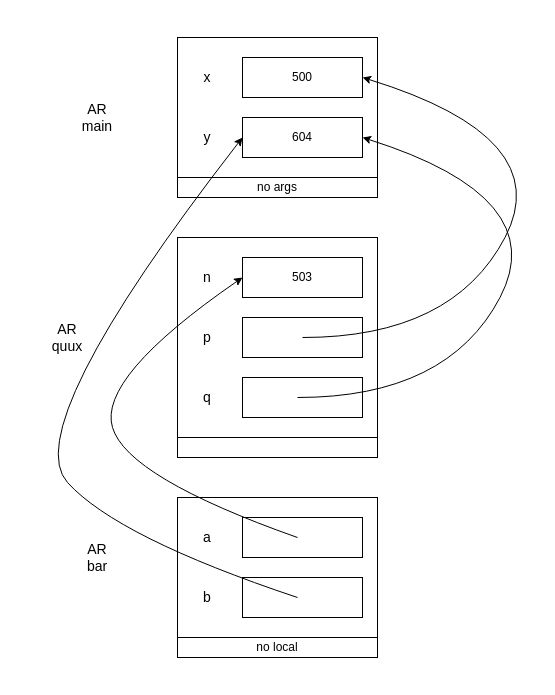
Above: lab1exe_D2_diagram.drawio in meng-ucalgary/ensf-614-assignment-1 (draw.io), before the change. Source tidied: cells renumbered, new cells numbered last; positions are measured from the earlier drawing's top-left corner, leaving out a move shared by most shapes. Both pictures are drawn from the tidied source at 100%, with x=0, y=0 at pixel (17, 37).
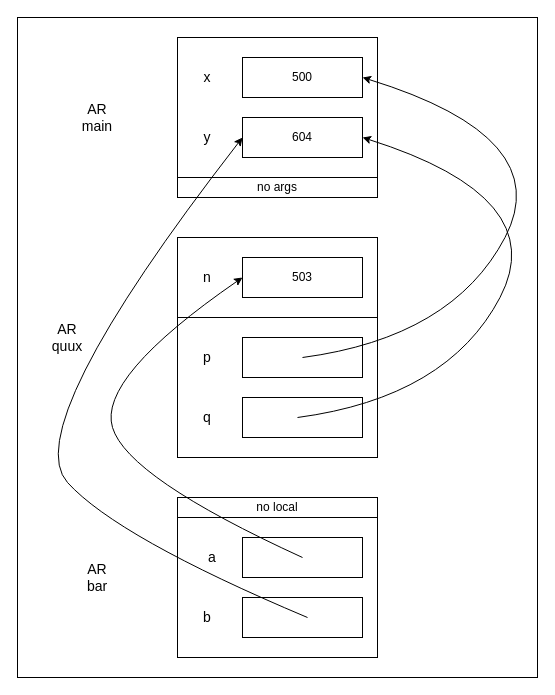
The same diagram, later.

Commit message (it also covers changes not shown here):
Correction in the Activation Record diagram

The change refers to these unchanged cells:
```xml
<mxCell id="4" value="500" style="rounded=0;whiteSpace=wrap;html=1;" parent="1" vertex="1">
  <mxGeometry x="225" y="20" width="120" height="40" as="geometry" />
</mxCell>
<mxCell id="5" value="604" style="rounded=0;whiteSpace=wrap;html=1;" parent="1" vertex="1">
  <mxGeometry x="225" y="80" width="120" height="40" as="geometry" />
</mxCell>
<mxCell id="6" value="503" style="rounded=0;whiteSpace=wrap;html=1;" parent="1" vertex="1">
  <mxGeometry x="225" y="220" width="120" height="40" as="geometry" />
</mxCell>
```

The edit, as a diff of the source:
```diff
@@
+    <mxCell id="31" style="rounded=0;whiteSpace=wrap;html=1;" parent="1" vertex="1">
+      <mxGeometry y="-20" width="520" height="660" as="geometry" />
+    </mxCell>
@@
     <mxCell id="8" style="endArrow=none;html=1;" parent="1" edge="1">
       <mxGeometry relative="1" as="geometry">
-        <mxPoint x="160" y="400" as="sourcePoint" />
-        <mxPoint x="360" y="400" as="targetPoint" />
+        <mxPoint x="160" y="280" as="sourcePoint" />
+        <mxPoint x="360" y="280" as="targetPoint" />
       </mxGeometry>
     </mxCell>
@@
     <mxCell id="14" value="AR&lt;br style=&quot;font-size: 14px;&quot;&gt;bar" style="text;html=1;strokeColor=none;fillColor=none;align=center;verticalAlign=middle;whiteSpace=wrap;rounded=0;fontSize=14;" parent="1" vertex="1">
-      <mxGeometry x="40" y="500" width="80" height="40" as="geometry" />
+      <mxGeometry x="40" y="520" width="80" height="40" as="geometry" />
     </mxCell>
@@
     <mxCell id="16" style="rounded=0;whiteSpace=wrap;html=1;" parent="1" vertex="1">
-      <mxGeometry x="225" y="280" width="120" height="40" as="geometry" />
+      <mxGeometry x="225" y="300" width="120" height="40" as="geometry" />
     </mxCell>
     <mxCell id="17" style="rounded=0;whiteSpace=wrap;html=1;" parent="1" vertex="1">
-      <mxGeometry x="225" y="340" width="120" height="40" as="geometry" />
+      <mxGeometry x="225" y="360" width="120" height="40" as="geometry" />
     </mxCell>
     <mxCell id="18" value="p" style="text;html=1;strokeColor=none;fillColor=none;align=center;verticalAlign=middle;whiteSpace=wrap;rounded=0;fontSize=14;" parent="1" vertex="1">
-      <mxGeometry x="170" y="290" width="40" height="20" as="geometry" />
+      <mxGeometry x="170" y="310" width="40" height="20" as="geometry" />
     </mxCell>
     <mxCell id="19" value="q" style="text;html=1;strokeColor=none;fillColor=none;align=center;verticalAlign=middle;whiteSpace=wrap;rounded=0;fontSize=14;" parent="1" vertex="1">
-      <mxGeometry x="170" y="350" width="40" height="20" as="geometry" />
+      <mxGeometry x="170" y="370" width="40" height="20" as="geometry" />
     </mxCell>
@@
     <mxCell id="21" style="rounded=0;whiteSpace=wrap;html=1;" parent="1" vertex="1">
-      <mxGeometry x="225" y="480" width="120" height="40" as="geometry" />
+      <mxGeometry x="225" y="500" width="120" height="40" as="geometry" />
     </mxCell>
     <mxCell id="22" style="rounded=0;whiteSpace=wrap;html=1;" parent="1" vertex="1">
-      <mxGeometry x="225" y="540" width="120" height="40" as="geometry" />
+      <mxGeometry x="225" y="560" width="120" height="40" as="geometry" />
     </mxCell>
     <mxCell id="23" style="endArrow=none;html=1;" parent="1" edge="1">
       <mxGeometry relative="1" as="geometry">
-        <mxPoint x="160" y="600" as="sourcePoint" />
-        <mxPoint x="360" y="600" as="targetPoint" />
+        <mxPoint x="160" y="480" as="sourcePoint" />
+        <mxPoint x="360" y="480" as="targetPoint" />
       </mxGeometry>
     </mxCell>
     <mxCell id="24" value="a" style="text;html=1;strokeColor=none;fillColor=none;align=center;verticalAlign=middle;whiteSpace=wrap;rounded=0;fontSize=14;" parent="1" vertex="1">
-      <mxGeometry x="170" y="490" width="40" height="20" as="geometry" />
+      <mxGeometry x="175" y="510" width="40" height="20" as="geometry" />
     </mxCell>
     <mxCell id="25" value="b" style="text;html=1;strokeColor=none;fillColor=none;align=center;verticalAlign=middle;whiteSpace=wrap;rounded=0;fontSize=14;" parent="1" vertex="1">
-      <mxGeometry x="170" y="550" width="40" height="20" as="geometry" />
+      <mxGeometry x="170" y="570" width="40" height="20" as="geometry" />
     </mxCell>
     <mxCell id="26" value="no local" style="text;html=1;strokeColor=none;fillColor=none;align=center;verticalAlign=middle;whiteSpace=wrap;rounded=0;" parent="1" vertex="1">
-      <mxGeometry x="215" y="600" width="90" height="20" as="geometry" />
+      <mxGeometry x="215" y="460" width="90" height="20" as="geometry" />
     </mxCell>
     <mxCell id="27" style="curved=1;endArrow=classic;html=1;fontSize=14;entryX=1;entryY=0.5;entryDx=0;entryDy=0;" parent="1" edge="1" target="4">
       <mxGeometry relative="1" as="geometry">
-        <mxPoint x="285" y="300" as="sourcePoint" />
+        <mxPoint x="285" y="320" as="sourcePoint" />
         <Array as="points">
           <mxPoint x="435" y="300" />
           <mxPoint x="540" y="100" />
         </Array>
       </mxGeometry>
     </mxCell>
     <mxCell id="28" style="curved=1;endArrow=classic;html=1;fontSize=14;entryX=1;entryY=0.5;entryDx=0;entryDy=0;" parent="1" edge="1" target="5">
       <mxGeometry relative="1" as="geometry">
-        <mxPoint x="280" y="360" as="sourcePoint" />
+        <mxPoint x="280" y="380" as="sourcePoint" />
         <Array as="points">
           <mxPoint x="430" y="360" />
           <mxPoint x="535" y="160" />
         </Array>
       </mxGeometry>
     </mxCell>
     <mxCell id="29" style="curved=1;endArrow=classic;html=1;fontSize=14;entryX=0;entryY=0.5;entryDx=0;entryDy=0;" parent="1" edge="1" target="6">
       <mxGeometry relative="1" as="geometry">
-        <mxPoint x="280" y="500" as="sourcePoint" />
+        <mxPoint x="285" y="520" as="sourcePoint" />
         <Array as="points">
           <mxPoint x="110" y="440" />
           <mxPoint x="80" y="340" />
         </Array>
       </mxGeometry>
     </mxCell>
     <mxCell id="30" style="curved=1;endArrow=classic;html=1;fontSize=14;entryX=0;entryY=0.5;entryDx=0;entryDy=0;" parent="1" edge="1" target="5">
       <mxGeometry relative="1" as="geometry">
-        <mxPoint x="280" y="560" as="sourcePoint" />
+        <mxPoint x="290" y="580" as="sourcePoint" />
         <Array as="points">
           <mxPoint x="100" y="500" />
           <mxPoint y="390" />
         </Array>
       </mxGeometry>
     </mxCell>
```
